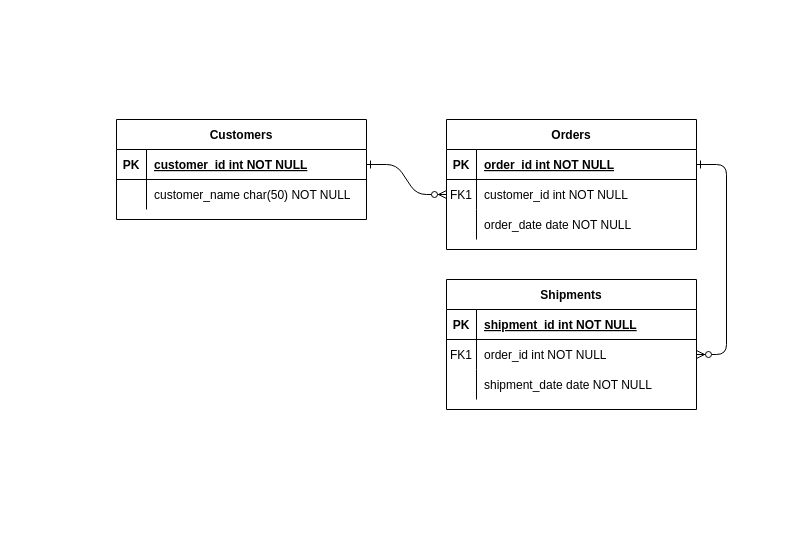
This is Assignments/Assignment 2 Modeling.drawio from m3gan-m/CIDM-6325, a draw.io file, before an edit. Source tidied: cells renumbered, new cells numbered last; positions are measured from the earlier drawing's top-left corner, leaving out a move shared by most shapes. Both pictures are drawn from the tidied source at 100%, with x=0, y=0 at pixel (116, 119).
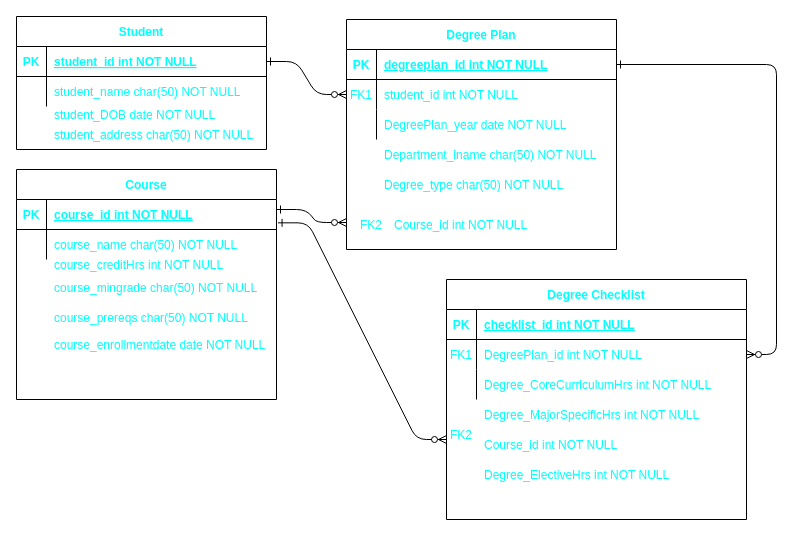
After the change.

What changed in the source:
```diff
@@
-    <mxCell id="2" style="edgeStyle=entityRelationEdgeStyle;endArrow=ERzeroToMany;startArrow=ERone;endFill=1;startFill=0;" parent="1" edge="1" source="25" target="8">
+    <mxCell id="2" style="edgeStyle=entityRelationEdgeStyle;endArrow=ERzeroToMany;startArrow=ERone;endFill=1;startFill=0;fontColor=#00FFFF;" parent="1" edge="1" source="25" target="8">
       <mxGeometry relative="1" as="geometry" />
     </mxCell>
-    <mxCell id="3" style="edgeStyle=entityRelationEdgeStyle;endArrow=ERzeroToMany;startArrow=ERone;endFill=1;startFill=0;" parent="1" edge="1" source="5" target="18">
+    <mxCell id="3" style="edgeStyle=entityRelationEdgeStyle;endArrow=ERzeroToMany;startArrow=ERone;endFill=1;startFill=0;fontColor=#00FFFF;" parent="1" edge="1" source="5" target="18">
       <mxGeometry relative="1" as="geometry" />
     </mxCell>
-    <mxCell id="4" value="Orders" style="shape=table;startSize=30;childLayout=tableLayout;rowLines=0;fontStyle=1;align=center;" parent="1" vertex="1">
-      <mxGeometry x="330" width="250" height="130" as="geometry" />
+    <mxCell id="4" value="Degree Plan" style="shape=table;startSize=30;childLayout=tableLayout;rowLines=0;fontStyle=1;align=center;fontColor=#00FFFF;" parent="1" vertex="1">
+      <mxGeometry x="230" y="-100" width="270" height="230" as="geometry" />
     </mxCell>
-    <mxCell id="5" style="shape=partialRectangle;fillColor=none;points=[[0,0.5],[1,0.5]];portConstraint=eastwest;top=0;left=0;right=0;bottom=1;" parent="4" vertex="1">
-      <mxGeometry y="30" width="250" height="30" as="geometry" />
+    <mxCell id="5" style="shape=partialRectangle;fillColor=none;points=[[0,0.5],[1,0.5]];portConstraint=eastwest;top=0;left=0;right=0;bottom=1;fontColor=#00FFFF;" parent="4" vertex="1">
+      <mxGeometry y="30" width="270" height="30" as="geometry" />
     </mxCell>
-    <mxCell id="6" value="PK" style="shape=partialRectangle;overflow=hidden;fillColor=none;top=0;left=0;bottom=0;right=0;fontStyle=1;" parent="5" vertex="1">
+    <mxCell id="6" value="PK" style="shape=partialRectangle;overflow=hidden;fillColor=none;top=0;left=0;bottom=0;right=0;fontStyle=1;fontColor=#00FFFF;" parent="5" vertex="1">
       <mxGeometry width="30" height="30" as="geometry" />
     </mxCell>
-    <mxCell id="7" value="order_id int NOT NULL " style="shape=partialRectangle;overflow=hidden;fillColor=none;top=0;left=0;bottom=0;right=0;align=left;spacingLeft=6;fontStyle=5;" parent="5" vertex="1">
-      <mxGeometry x="30" width="220" height="30" as="geometry" />
+    <mxCell id="7" value="degreeplan_id int NOT NULL " style="shape=partialRectangle;overflow=hidden;fillColor=none;top=0;left=0;bottom=0;right=0;align=left;spacingLeft=6;fontStyle=5;fontColor=#00FFFF;" parent="5" vertex="1">
+      <mxGeometry x="30" width="240" height="30" as="geometry" />
     </mxCell>
-    <mxCell id="8" style="shape=partialRectangle;fillColor=none;points=[[0,0.5],[1,0.5]];portConstraint=eastwest;top=0;left=0;right=0;bottom=0;" parent="4" vertex="1">
-      <mxGeometry y="60" width="250" height="30" as="geometry" />
+    <mxCell id="8" style="shape=partialRectangle;fillColor=none;points=[[0,0.5],[1,0.5]];portConstraint=eastwest;top=0;left=0;right=0;bottom=0;fontColor=#00FFFF;" parent="4" vertex="1">
+      <mxGeometry y="60" width="270" height="30" as="geometry" />
     </mxCell>
-    <mxCell id="9" value="FK1" style="shape=partialRectangle;overflow=hidden;fillColor=none;top=0;left=0;bottom=0;right=0;" parent="8" vertex="1">
+    <mxCell id="9" value="FK1" style="shape=partialRectangle;overflow=hidden;fillColor=none;top=0;left=0;bottom=0;right=0;fontColor=#00FFFF;" parent="8" vertex="1">
       <mxGeometry width="30" height="30" as="geometry" />
     </mxCell>
-    <mxCell id="10" value="customer_id int NOT NULL" style="shape=partialRectangle;overflow=hidden;fillColor=none;top=0;left=0;bottom=0;right=0;align=left;spacingLeft=6;" parent="8" vertex="1">
-      <mxGeometry x="30" width="220" height="30" as="geometry" />
+    <mxCell id="10" value="student_id int NOT NULL" style="shape=partialRectangle;overflow=hidden;fillColor=none;top=0;left=0;bottom=0;right=0;align=left;spacingLeft=6;fontColor=#00FFFF;" parent="8" vertex="1">
+      <mxGeometry x="30" width="240" height="30" as="geometry" />
     </mxCell>
-    <mxCell id="11" style="shape=partialRectangle;fillColor=none;top=0;left=0;right=0;bottom=0;" parent="4" vertex="1">
-      <mxGeometry y="90" width="250" height="30" as="geometry" />
+    <mxCell id="11" style="shape=partialRectangle;fillColor=none;top=0;left=0;right=0;bottom=0;fontColor=#00FFFF;" parent="4" vertex="1">
+      <mxGeometry y="90" width="270" height="30" as="geometry" />
     </mxCell>
-    <mxCell id="12" style="shape=partialRectangle;overflow=hidden;fillColor=none;top=0;left=0;bottom=0;right=0;" parent="11" vertex="1">
+    <mxCell id="12" style="shape=partialRectangle;overflow=hidden;fillColor=none;top=0;left=0;bottom=0;right=0;fontColor=#00FFFF;" parent="11" vertex="1">
       <mxGeometry width="30" height="30" as="geometry" />
     </mxCell>
-    <mxCell id="13" value="order_date date NOT NULL" style="shape=partialRectangle;overflow=hidden;fillColor=none;top=0;left=0;bottom=0;right=0;align=left;spacingLeft=6;" parent="11" vertex="1">
-      <mxGeometry x="30" width="220" height="30" as="geometry" />
+    <mxCell id="13" value="DegreePlan_year date NOT NULL" style="shape=partialRectangle;overflow=hidden;fillColor=none;top=0;left=0;bottom=0;right=0;align=left;spacingLeft=6;fontColor=#00FFFF;" parent="11" vertex="1">
+      <mxGeometry x="30" width="240" height="30" as="geometry" />
     </mxCell>
-    <mxCell id="14" value="Shipments" style="shape=table;startSize=30;childLayout=tableLayout;rowLines=0;fontStyle=1;align=center;" parent="1" vertex="1">
-      <mxGeometry x="330" y="160" width="250" height="130" as="geometry" />
+    <mxCell id="14" value="Degree Checklist" style="shape=table;startSize=30;childLayout=tableLayout;rowLines=0;fontStyle=1;align=center;fontColor=#00FFFF;" parent="1" vertex="1">
+      <mxGeometry x="330" y="160" width="300" height="240" as="geometry" />
     </mxCell>
-    <mxCell id="15" style="shape=partialRectangle;fillColor=none;top=0;left=0;right=0;bottom=1;" parent="14" vertex="1">
-      <mxGeometry y="30" width="250" height="30" as="geometry" />
+    <mxCell id="15" style="shape=partialRectangle;fillColor=none;top=0;left=0;right=0;bottom=1;fontColor=#00FFFF;" parent="14" vertex="1">
+      <mxGeometry y="30" width="300" height="30" as="geometry" />
     </mxCell>
-    <mxCell id="16" value="PK" style="shape=partialRectangle;overflow=hidden;fillColor=none;top=0;left=0;bottom=0;right=0;fontStyle=1;" parent="15" vertex="1">
+    <mxCell id="16" value="PK" style="shape=partialRectangle;overflow=hidden;fillColor=none;top=0;left=0;bottom=0;right=0;fontStyle=1;fontColor=#00FFFF;" parent="15" vertex="1">
       <mxGeometry width="30" height="30" as="geometry" />
     </mxCell>
-    <mxCell id="17" value="shipment_id int NOT NULL " style="shape=partialRectangle;overflow=hidden;fillColor=none;top=0;left=0;bottom=0;right=0;align=left;spacingLeft=6;fontStyle=5;" parent="15" vertex="1">
-      <mxGeometry x="30" width="220" height="30" as="geometry" />
+    <mxCell id="17" value="checklist_id int NOT NULL " style="shape=partialRectangle;overflow=hidden;fillColor=none;top=0;left=0;bottom=0;right=0;align=left;spacingLeft=6;fontStyle=5;fontColor=#00FFFF;" parent="15" vertex="1">
+      <mxGeometry x="30" width="270" height="30" as="geometry" />
     </mxCell>
-    <mxCell id="18" style="shape=partialRectangle;fillColor=none;points=[[0,0.5],[1,0.5]];portConstraint=eastwest;top=0;left=0;right=0;bottom=0;" parent="14" vertex="1">
-      <mxGeometry y="60" width="250" height="30" as="geometry" />
+    <mxCell id="18" style="shape=partialRectangle;fillColor=none;points=[[0,0.5],[1,0.5]];portConstraint=eastwest;top=0;left=0;right=0;bottom=0;fontColor=#00FFFF;" parent="14" vertex="1">
+      <mxGeometry y="60" width="300" height="30" as="geometry" />
     </mxCell>
-    <mxCell id="19" value="FK1" style="shape=partialRectangle;overflow=hidden;fillColor=none;top=0;left=0;bottom=0;right=0;" parent="18" vertex="1">
+    <mxCell id="19" value="FK1" style="shape=partialRectangle;overflow=hidden;fillColor=none;top=0;left=0;bottom=0;right=0;fontColor=#00FFFF;" parent="18" vertex="1">
       <mxGeometry width="30" height="30" as="geometry" />
     </mxCell>
-    <mxCell id="20" value="order_id int NOT NULL" style="shape=partialRectangle;overflow=hidden;fillColor=none;top=0;left=0;bottom=0;right=0;align=left;spacingLeft=6;" parent="18" vertex="1">
-      <mxGeometry x="30" width="220" height="30" as="geometry" />
+    <mxCell id="20" value="DegreePlan_id int NOT NULL" style="shape=partialRectangle;overflow=hidden;fillColor=none;top=0;left=0;bottom=0;right=0;align=left;spacingLeft=6;fontColor=#00FFFF;" parent="18" vertex="1">
+      <mxGeometry x="30" width="270" height="30" as="geometry" />
     </mxCell>
-    <mxCell id="21" style="shape=partialRectangle;fillColor=none;top=0;left=0;right=0;bottom=0;" parent="14" vertex="1">
-      <mxGeometry y="90" width="250" height="30" as="geometry" />
+    <mxCell id="21" style="shape=partialRectangle;fillColor=none;top=0;left=0;right=0;bottom=0;fontColor=#00FFFF;" parent="14" vertex="1">
+      <mxGeometry y="90" width="300" height="30" as="geometry" />
     </mxCell>
-    <mxCell id="22" style="shape=partialRectangle;overflow=hidden;fillColor=none;top=0;left=0;bottom=0;right=0;" parent="21" vertex="1">
+    <mxCell id="22" style="shape=partialRectangle;overflow=hidden;fillColor=none;top=0;left=0;bottom=0;right=0;fontColor=#00FFFF;" parent="21" vertex="1">
       <mxGeometry width="30" height="30" as="geometry" />
     </mxCell>
-    <mxCell id="23" value="shipment_date date NOT NULL" style="shape=partialRectangle;overflow=hidden;fillColor=none;top=0;left=0;bottom=0;right=0;align=left;spacingLeft=6;" parent="21" vertex="1">
-      <mxGeometry x="30" width="220" height="30" as="geometry" />
+    <mxCell id="23" style="shape=partialRectangle;overflow=hidden;fillColor=none;top=0;left=0;bottom=0;right=0;align=left;spacingLeft=6;fontColor=#00FFFF;" parent="21" vertex="1">
+      <mxGeometry x="30" width="270" height="30" as="geometry" />
     </mxCell>
-    <mxCell id="24" value="Customers" style="shape=table;startSize=30;childLayout=tableLayout;rowLines=0;fontStyle=1;align=center;" parent="1" vertex="1">
-      <mxGeometry width="250" height="100" as="geometry" />
+    <mxCell id="24" value="Student" style="shape=table;startSize=30;childLayout=tableLayout;rowLines=0;fontStyle=1;align=center;fontColor=#00FFFF;labelBackgroundColor=default;labelBorderColor=none;" parent="1" vertex="1">
+      <mxGeometry x="-100" y="-103" width="250" height="133" as="geometry" />
     </mxCell>
-    <mxCell id="25" style="shape=partialRectangle;fillColor=none;points=[[0,0.5],[1,0.5]];portConstraint=eastwest;top=0;left=0;right=0;bottom=1;" parent="24" vertex="1">
+    <mxCell id="25" style="shape=partialRectangle;fillColor=none;points=[[0,0.5],[1,0.5]];portConstraint=eastwest;top=0;left=0;right=0;bottom=1;labelBackgroundColor=default;labelBorderColor=none;fontColor=#00FFFF;" parent="24" vertex="1">
       <mxGeometry y="30" width="250" height="30" as="geometry" />
     </mxCell>
-    <mxCell id="26" value="PK" style="shape=partialRectangle;overflow=hidden;fillColor=none;top=0;left=0;bottom=0;right=0;fontStyle=1;" parent="25" vertex="1">
+    <mxCell id="26" value="PK" style="shape=partialRectangle;overflow=hidden;fillColor=none;top=0;left=0;bottom=0;right=0;fontStyle=1;labelBackgroundColor=none;labelBorderColor=none;fontColor=#00FFFF;" parent="25" vertex="1">
       <mxGeometry width="30" height="30" as="geometry" />
     </mxCell>
-    <mxCell id="27" value="customer_id int NOT NULL " style="shape=partialRectangle;overflow=hidden;fillColor=none;top=0;left=0;bottom=0;right=0;align=left;spacingLeft=6;fontStyle=5;" parent="25" vertex="1">
+    <mxCell id="27" value="student_id int NOT NULL " style="shape=partialRectangle;overflow=hidden;fillColor=none;top=0;left=0;bottom=0;right=0;align=left;spacingLeft=6;fontStyle=5;labelBackgroundColor=default;labelBorderColor=none;fontColor=#00FFFF;" parent="25" vertex="1">
       <mxGeometry x="30" width="220" height="30" as="geometry" />
     </mxCell>
-    <mxCell id="28" style="shape=partialRectangle;fillColor=none;top=0;left=0;right=0;bottom=0;" parent="24" vertex="1">
+    <mxCell id="28" style="shape=partialRectangle;fillColor=none;top=0;left=0;right=0;bottom=0;labelBackgroundColor=default;labelBorderColor=none;fontColor=#00FFFF;" parent="24" vertex="1">
       <mxGeometry y="60" width="250" height="30" as="geometry" />
     </mxCell>
-    <mxCell id="29" style="shape=partialRectangle;overflow=hidden;fillColor=none;top=0;left=0;bottom=0;right=0;" parent="28" vertex="1">
+    <mxCell id="29" style="shape=partialRectangle;overflow=hidden;fillColor=none;top=0;left=0;bottom=0;right=0;labelBackgroundColor=default;labelBorderColor=none;fontColor=#00FFFF;" parent="28" vertex="1">
       <mxGeometry width="30" height="30" as="geometry" />
     </mxCell>
-    <mxCell id="30" value="customer_name char(50) NOT NULL" style="shape=partialRectangle;overflow=hidden;fillColor=none;top=0;left=0;bottom=0;right=0;align=left;spacingLeft=6;" parent="28" vertex="1">
+    <mxCell id="30" value="student_name char(50) NOT NULL" style="shape=partialRectangle;overflow=hidden;fillColor=none;top=0;left=0;bottom=0;right=0;align=left;spacingLeft=6;labelBackgroundColor=default;labelBorderColor=none;fontColor=#00FFFF;" parent="28" vertex="1">
       <mxGeometry x="30" width="220" height="30" as="geometry" />
     </mxCell>
+    <mxCell id="31" value="student_DOB date NOT NULL" style="shape=partialRectangle;overflow=hidden;fillColor=none;top=0;left=0;bottom=0;right=0;align=left;spacingLeft=6;labelBackgroundColor=default;labelBorderColor=none;fontColor=#00FFFF;" parent="1" vertex="1">
+      <mxGeometry x="-70" y="-20" width="220" height="30" as="geometry" />
+    </mxCell>
+    <mxCell id="32" value="student_address char(50) NOT NULL" style="shape=partialRectangle;overflow=hidden;fillColor=none;top=0;left=0;bottom=0;right=0;align=left;spacingLeft=6;labelBackgroundColor=default;labelBorderColor=none;fontColor=#00FFFF;" parent="1" vertex="1">
+      <mxGeometry x="-70" width="220" height="30" as="geometry" />
+    </mxCell>
+    <mxCell id="33" value="Course" style="shape=table;startSize=30;childLayout=tableLayout;rowLines=0;fontStyle=1;align=center;fontColor=#00FFFF;labelBackgroundColor=default;labelBorderColor=none;" parent="1" vertex="1">
+      <mxGeometry x="-100" y="50" width="260" height="230" as="geometry" />
+    </mxCell>
+    <mxCell id="34" style="shape=partialRectangle;fillColor=none;points=[[0,0.5],[1,0.5]];portConstraint=eastwest;top=0;left=0;right=0;bottom=1;labelBackgroundColor=default;labelBorderColor=none;fontColor=#00FFFF;" parent="33" vertex="1">
+      <mxGeometry y="30" width="260" height="30" as="geometry" />
+    </mxCell>
+    <mxCell id="35" value="PK" style="shape=partialRectangle;overflow=hidden;fillColor=none;top=0;left=0;bottom=0;right=0;fontStyle=1;labelBackgroundColor=none;labelBorderColor=none;fontColor=#00FFFF;" parent="34" vertex="1">
+      <mxGeometry width="30" height="30" as="geometry" />
+    </mxCell>
+    <mxCell id="36" value="course_id int NOT NULL " style="shape=partialRectangle;overflow=hidden;fillColor=none;top=0;left=0;bottom=0;right=0;align=left;spacingLeft=6;fontStyle=5;labelBackgroundColor=default;labelBorderColor=none;fontColor=#00FFFF;" parent="34" vertex="1">
+      <mxGeometry x="30" width="230" height="30" as="geometry" />
+    </mxCell>
+    <mxCell id="37" style="shape=partialRectangle;fillColor=none;top=0;left=0;right=0;bottom=0;labelBackgroundColor=default;labelBorderColor=none;fontColor=#00FFFF;" parent="33" vertex="1">
+      <mxGeometry y="60" width="260" height="30" as="geometry" />
+    </mxCell>
+    <mxCell id="38" style="shape=partialRectangle;overflow=hidden;fillColor=none;top=0;left=0;bottom=0;right=0;labelBackgroundColor=default;labelBorderColor=none;fontColor=#00FFFF;" parent="37" vertex="1">
+      <mxGeometry width="30" height="30" as="geometry" />
+    </mxCell>
+    <mxCell id="39" value="course_name char(50) NOT NULL" style="shape=partialRectangle;overflow=hidden;fillColor=none;top=0;left=0;bottom=0;right=0;align=left;spacingLeft=6;labelBackgroundColor=default;labelBorderColor=none;fontColor=#00FFFF;" parent="37" vertex="1">
+      <mxGeometry x="30" width="230" height="30" as="geometry" />
+    </mxCell>
+    <mxCell id="40" value="course_creditHrs int NOT NULL" style="shape=partialRectangle;overflow=hidden;fillColor=none;top=0;left=0;bottom=0;right=0;align=left;spacingLeft=6;labelBackgroundColor=default;labelBorderColor=none;fontColor=#00FFFF;" parent="1" vertex="1">
+      <mxGeometry x="-70" y="130" width="220" height="30" as="geometry" />
+    </mxCell>
+    <mxCell id="41" value="course_mingrade char(50) NOT NULL" style="shape=partialRectangle;overflow=hidden;fillColor=none;top=0;left=0;bottom=0;right=0;align=left;spacingLeft=6;labelBackgroundColor=default;labelBorderColor=none;fontColor=#00FFFF;" parent="1" vertex="1">
+      <mxGeometry x="-70" y="153" width="220" height="30" as="geometry" />
+    </mxCell>
+    <mxCell id="42" value="course_prereqs char(50) NOT NULL" style="shape=partialRectangle;overflow=hidden;fillColor=none;top=0;left=0;bottom=0;right=0;align=left;spacingLeft=6;labelBackgroundColor=default;labelBorderColor=none;fontColor=#00FFFF;" parent="1" vertex="1">
+      <mxGeometry x="-70" y="183" width="220" height="30" as="geometry" />
+    </mxCell>
+    <mxCell id="43" value="Degree_CoreCurriculumHrs int NOT NULL" style="shape=partialRectangle;overflow=hidden;fillColor=none;top=0;left=0;bottom=0;right=0;align=left;spacingLeft=6;fontColor=#00FFFF;" parent="1" vertex="1">
+      <mxGeometry x="360" y="250" width="270" height="30" as="geometry" />
+    </mxCell>
+    <mxCell id="44" value="Degree_MajorSpecificHrs int NOT NULL" style="shape=partialRectangle;overflow=hidden;fillColor=none;top=0;left=0;bottom=0;right=0;align=left;spacingLeft=6;fontColor=#00FFFF;" parent="1" vertex="1">
+      <mxGeometry x="360" y="280" width="270" height="30" as="geometry" />
+    </mxCell>
+    <mxCell id="45" value="course_enrollmentdate date NOT NULL" style="shape=partialRectangle;overflow=hidden;fillColor=none;top=0;left=0;bottom=0;right=0;align=left;spacingLeft=6;labelBackgroundColor=default;labelBorderColor=none;fontColor=#00FFFF;" parent="1" vertex="1">
+      <mxGeometry x="-70" y="210" width="220" height="30" as="geometry" />
+    </mxCell>
+    <mxCell id="46" value="Department_iname char(50) NOT NULL" style="shape=partialRectangle;overflow=hidden;fillColor=none;top=0;left=0;bottom=0;right=0;align=left;spacingLeft=6;fontColor=#00FFFF;" parent="1" vertex="1">
+      <mxGeometry x="260" y="20" width="270" height="30" as="geometry" />
+    </mxCell>
+    <mxCell id="47" value="Degree_type char(50) NOT NULL" style="shape=partialRectangle;overflow=hidden;fillColor=none;top=0;left=0;bottom=0;right=0;align=left;spacingLeft=6;fontColor=#00FFFF;" parent="1" vertex="1">
+      <mxGeometry x="260" y="50" width="270" height="30" as="geometry" />
+    </mxCell>
+    <mxCell id="48" value="Course_id int NOT NULL" style="shape=partialRectangle;overflow=hidden;fillColor=none;top=0;left=0;bottom=0;right=0;align=left;spacingLeft=6;fontColor=#00FFFF;" parent="1" vertex="1">
+      <mxGeometry x="270" y="90" width="270" height="30" as="geometry" />
+    </mxCell>
+    <mxCell id="49" style="edgeStyle=entityRelationEdgeStyle;endArrow=ERzeroToMany;startArrow=ERone;endFill=1;startFill=0;fontColor=#00FFFF;exitX=1.006;exitY=0.778;exitDx=0;exitDy=0;exitPerimeter=0;" parent="1" edge="1" source="34">
+      <mxGeometry relative="1" as="geometry">
+        <mxPoint x="330" y="320" as="targetPoint" />
+        <Array as="points">
+          <mxPoint x="250" y="200" />
+          <mxPoint x="270" y="250" />
+        </Array>
+      </mxGeometry>
+    </mxCell>
+    <mxCell id="50" value="FK2" style="shape=partialRectangle;overflow=hidden;fillColor=none;top=0;left=0;bottom=0;right=0;fontColor=#00FFFF;" parent="1" vertex="1">
+      <mxGeometry x="240" y="90" width="30" height="30" as="geometry" />
+    </mxCell>
+    <mxCell id="51" style="edgeStyle=entityRelationEdgeStyle;endArrow=ERzeroToMany;startArrow=ERone;endFill=1;startFill=0;fontColor=#00FFFF;" parent="1" edge="1">
+      <mxGeometry relative="1" as="geometry">
+        <mxPoint x="160" y="90" as="sourcePoint" />
+        <mxPoint x="230" y="103" as="targetPoint" />
+        <Array as="points">
+          <mxPoint x="190" y="133" />
+        </Array>
+      </mxGeometry>
+    </mxCell>
+    <mxCell id="52" value="Course_id int NOT NULL" style="shape=partialRectangle;overflow=hidden;fillColor=none;top=0;left=0;bottom=0;right=0;align=left;spacingLeft=6;fontColor=#00FFFF;" parent="1" vertex="1">
+      <mxGeometry x="360" y="310" width="270" height="30" as="geometry" />
+    </mxCell>
+    <mxCell id="53" value="FK2" style="shape=partialRectangle;overflow=hidden;fillColor=none;top=0;left=0;bottom=0;right=0;fontColor=#00FFFF;" parent="1" vertex="1">
+      <mxGeometry x="330" y="300" width="30" height="30" as="geometry" />
+    </mxCell>
+    <mxCell id="54" value="Degree_ElectiveHrs int NOT NULL" style="shape=partialRectangle;overflow=hidden;fillColor=none;top=0;left=0;bottom=0;right=0;align=left;spacingLeft=6;fontColor=#00FFFF;" parent="1" vertex="1">
+      <mxGeometry x="360" y="340" width="270" height="30" as="geometry" />
+    </mxCell>
```
